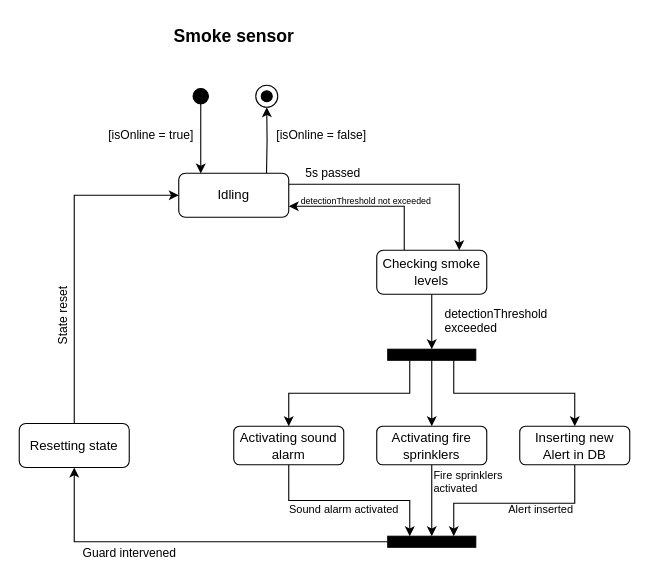
Before: State/state3.drawio in IsmailSalehCode/UML-course-work, a draw.io diagram. Source tidied: cells renumbered, new cells numbered last; positions are measured from the earlier drawing's top-left corner, leaving out a move shared by most shapes. Both pictures are drawn from the tidied source at 110%, with x=0, y=0 at pixel (19, 19).
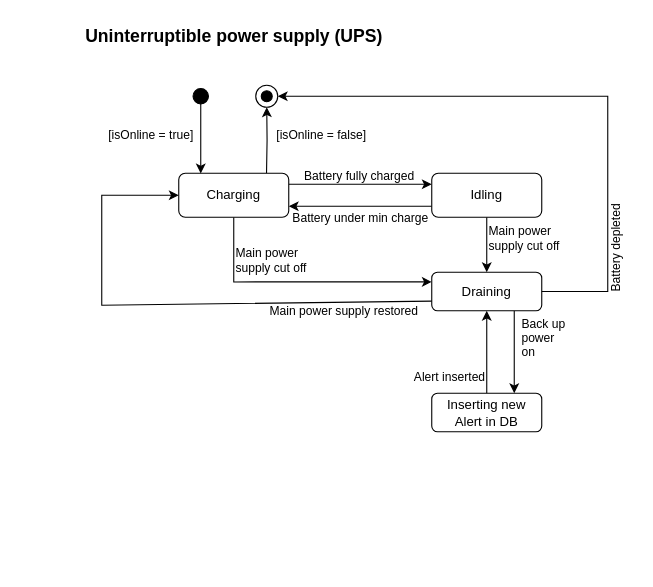
The same page after the edit.

The change refers to these unchanged cells:
```xml
<mxCell id="2" style="ellipse;whiteSpace=wrap;html=1;" parent="1" vertex="1">
  <mxGeometry x="215" y="60" width="20" height="20" as="geometry" />
</mxCell>
```

Change to the diagram source:
```diff
@@
-    <mxCell id="5" style="edgeStyle=orthogonalEdgeStyle;rounded=0;jettySize=auto;html=1;entryX=0.75;entryY=0;entryDx=0;entryDy=0;exitX=1;exitY=0.25;exitDx=0;exitDy=0;" parent="1" edge="1" source="6" target="19">
-      <mxGeometry relative="1" as="geometry" />
-    </mxCell>
+    <mxCell id="36" style="edgeStyle=orthogonalEdgeStyle;rounded=0;orthogonalLoop=1;jettySize=auto;html=1;entryX=0;entryY=0.5;entryDx=0;entryDy=0;" parent="1" edge="1">
+      <mxGeometry relative="1" as="geometry">
+        <mxPoint x="245" y="150" as="sourcePoint" />
+        <mxPoint x="375" y="150" as="targetPoint" />
+      </mxGeometry>
+    </mxCell>
+    <mxCell id="37" style="edgeStyle=orthogonalEdgeStyle;rounded=0;jettySize=auto;html=1;entryX=0;entryY=0.25;entryDx=0;entryDy=0;exitX=0.5;exitY=1;exitDx=0;exitDy=0;" parent="1" edge="1" source="6" target="29">
+      <mxGeometry relative="1" as="geometry">
+        <Array as="points">
+          <mxPoint x="195" y="239" />
+        </Array>
+      </mxGeometry>
+    </mxCell>
-    <mxCell id="6" value="Idling" style="rounded=1;whiteSpace=wrap;html=1;" parent="1" vertex="1">
+    <mxCell id="6" value="Charging" style="rounded=1;whiteSpace=wrap;html=1;" parent="1" vertex="1">
       <mxGeometry x="145" y="140" width="100" height="40" as="geometry" />
     </mxCell>
@@
-    <mxCell id="10" value="detectionThreshold&#10;exceeded" style="text;align=left;verticalAlign=bottom;strokeColor=none;fillColor=none;fontSize=11;" parent="1" vertex="1">
-      <mxGeometry x="385" y="250" width="120" height="40" as="geometry" />
-    </mxCell>
-    <mxCell id="11" style="edgeStyle=orthogonalEdgeStyle;rounded=0;jettySize=auto;html=1;exitX=0.5;exitY=1;exitDx=0;exitDy=0;entryX=0.25;entryY=0;entryDx=0;entryDy=0;" parent="1" edge="1" source="12" target="31">
-      <mxGeometry relative="1" as="geometry" />
-    </mxCell>
-    <mxCell id="12" value="Activating sound alarm" style="rounded=1;whiteSpace=wrap;html=1;" parent="1" vertex="1">
-      <mxGeometry x="195" y="370" width="100" height="35" as="geometry" />
-    </mxCell>
-    <mxCell id="13" value="&lt;div style=&quot;font-size: 10px;&quot;&gt;Fire sprinklers&lt;/div&gt;&lt;div style=&quot;font-size: 10px;&quot;&gt;activated&lt;/div&gt;" style="text;html=1;align=left;verticalAlign=middle;strokeColor=none;fillColor=none;fontSize=10;" parent="1" vertex="1">
-      <mxGeometry x="375" y="400" width="90" height="40" as="geometry" />
+    <mxCell id="13" value="&lt;div style=&quot;font-size: 11px;&quot;&gt;Back up&lt;/div&gt;&lt;div style=&quot;font-size: 11px;&quot;&gt;power&lt;/div&gt;&lt;div style=&quot;font-size: 11px;&quot;&gt;on&lt;/div&gt;" style="text;html=1;align=left;verticalAlign=middle;strokeColor=none;fillColor=none;fontSize=11;" parent="1" vertex="1">
+      <mxGeometry x="455" y="265" width="60" height="50" as="geometry" />
     </mxCell>
-    <mxCell id="14" value="Sound alarm activated" style="text;html=1;align=center;verticalAlign=middle;strokeColor=none;fillColor=none;fontSize=10;" parent="1" vertex="1">
-      <mxGeometry x="235" y="430" width="120" height="30" as="geometry" />
-    </mxCell>
-    <mxCell id="15" value="Smoke sensor" style="text;html=1;align=center;verticalAlign=middle;strokeColor=none;fillColor=none;fontStyle=1;fontSize=16;" parent="1" vertex="1">
-      <mxGeometry x="130" width="130" height="30" as="geometry" />
+    <mxCell id="15" value="Uninterruptible power supply (UPS)" style="text;html=1;align=center;verticalAlign=middle;strokeColor=none;fillColor=none;fontStyle=1;fontSize=16;" parent="1" vertex="1">
+      <mxGeometry x="60" width="270" height="30" as="geometry" />
     </mxCell>
-    <mxCell id="16" value="detectionThreshold not exceeded" style="text;html=1;align=center;verticalAlign=middle;strokeColor=none;fillColor=none;fontSize=8;" parent="1" vertex="1">
-      <mxGeometry x="245" y="155" width="140" height="20" as="geometry" />
-    </mxCell>
-    <mxCell id="17" style="edgeStyle=orthogonalEdgeStyle;rounded=0;jettySize=auto;html=1;exitX=0.25;exitY=0;exitDx=0;exitDy=0;entryX=1;entryY=0.75;entryDx=0;entryDy=0;" parent="1" edge="1" source="19" target="6">
-      <mxGeometry relative="1" as="geometry" />
-    </mxCell>
-    <mxCell id="18" style="edgeStyle=orthogonalEdgeStyle;rounded=0;jettySize=auto;html=1;exitX=0.5;exitY=1;exitDx=0;exitDy=0;entryX=0.5;entryY=0;entryDx=0;entryDy=0;" parent="1" edge="1" source="19" target="27">
-      <mxGeometry relative="1" as="geometry" />
-    </mxCell>
-    <mxCell id="19" value="Checking smoke levels" style="rounded=1;whiteSpace=wrap;html=1;" parent="1" vertex="1">
-      <mxGeometry x="325" y="210" width="100" height="40" as="geometry" />
-    </mxCell>
-    <mxCell id="20" value="5s passed" style="text;html=1;align=center;verticalAlign=middle;strokeColor=none;fillColor=none;fontSize=11;" parent="1" vertex="1">
-      <mxGeometry x="250" y="125" width="70" height="30" as="geometry" />
+    <mxCell id="20" value="Main power&amp;nbsp;&lt;div&gt;supply cut off&lt;/div&gt;" style="text;html=1;align=left;verticalAlign=top;strokeColor=none;fillColor=none;fontSize=11;" parent="1" vertex="1">
+      <mxGeometry x="425" y="180" width="90" height="40" as="geometry" />
     </mxCell>
-    <mxCell id="21" style="edgeStyle=orthogonalEdgeStyle;rounded=0;jettySize=auto;html=1;entryX=0.75;entryY=0;entryDx=0;entryDy=0;" parent="1" edge="1" source="22" target="31">
-      <mxGeometry relative="1" as="geometry">
-        <Array as="points">
-          <mxPoint x="505" y="440" />
-          <mxPoint x="395" y="440" />
-        </Array>
-      </mxGeometry>
-    </mxCell>
+    <mxCell id="38" style="edgeStyle=orthogonalEdgeStyle;rounded=0;jettySize=auto;html=1;exitX=0.5;exitY=0;exitDx=0;exitDy=0;entryX=0.5;entryY=1;entryDx=0;entryDy=0;" parent="1" edge="1" source="22" target="29">
+      <mxGeometry relative="1" as="geometry" />
+    </mxCell>
     <mxCell id="22" value="Inserting new Alert in DB" style="rounded=1;whiteSpace=wrap;html=1;" parent="1" vertex="1">
-      <mxGeometry x="455" y="370" width="100" height="35" as="geometry" />
+      <mxGeometry x="375" y="340" width="100" height="35" as="geometry" />
     </mxCell>
-    <mxCell id="23" value="Alert inserted" style="text;html=1;align=center;verticalAlign=middle;strokeColor=none;fillColor=none;fontSize=10;" parent="1" vertex="1">
-      <mxGeometry x="434" y="430" width="80" height="30" as="geometry" />
-    </mxCell>
-    <mxCell id="24" style="edgeStyle=orthogonalEdgeStyle;rounded=0;jettySize=auto;html=1;exitX=0.75;exitY=1;exitDx=0;exitDy=0;entryX=0.5;entryY=0;entryDx=0;entryDy=0;" parent="1" edge="1" source="27" target="22">
-      <mxGeometry relative="1" as="geometry" />
-    </mxCell>
-    <mxCell id="25" style="edgeStyle=orthogonalEdgeStyle;rounded=0;jettySize=auto;html=1;exitX=0.25;exitY=1;exitDx=0;exitDy=0;entryX=0.5;entryY=0;entryDx=0;entryDy=0;" parent="1" edge="1" source="27" target="12">
-      <mxGeometry relative="1" as="geometry" />
-    </mxCell>
-    <mxCell id="26" style="edgeStyle=orthogonalEdgeStyle;rounded=0;jettySize=auto;html=1;exitX=0.5;exitY=1;exitDx=0;exitDy=0;entryX=0.5;entryY=0;entryDx=0;entryDy=0;" parent="1" edge="1" source="27" target="29">
-      <mxGeometry relative="1" as="geometry" />
-    </mxCell>
-    <mxCell id="27" style="rounded=0;whiteSpace=wrap;html=1;labelBackgroundColor=none;fillStyle=solid;fillColor=#000000;" parent="1" vertex="1">
-      <mxGeometry x="335" y="300" width="80" height="10" as="geometry" />
-    </mxCell>
-    <mxCell id="28" style="edgeStyle=orthogonalEdgeStyle;rounded=0;jettySize=auto;html=1;exitX=0.5;exitY=1;exitDx=0;exitDy=0;entryX=0.5;entryY=0;entryDx=0;entryDy=0;" parent="1" edge="1" source="29" target="31">
-      <mxGeometry relative="1" as="geometry" />
-    </mxCell>
+    <mxCell id="39" style="edgeStyle=orthogonalEdgeStyle;rounded=0;jettySize=auto;html=1;exitX=0.75;exitY=1;exitDx=0;exitDy=0;entryX=0.75;entryY=0;entryDx=0;entryDy=0;" parent="1" edge="1" source="29" target="22">
+      <mxGeometry relative="1" as="geometry" />
+    </mxCell>
-    <mxCell id="29" value="Activating fire sprinklers" style="rounded=1;whiteSpace=wrap;html=1;" parent="1" vertex="1">
-      <mxGeometry x="325" y="370" width="100" height="35" as="geometry" />
+    <mxCell id="29" value="Draining" style="rounded=1;whiteSpace=wrap;html=1;" parent="1" vertex="1">
+      <mxGeometry x="375" y="230" width="100" height="35" as="geometry" />
     </mxCell>
-    <mxCell id="30" style="edgeStyle=orthogonalEdgeStyle;rounded=0;jettySize=auto;html=1;entryX=0.5;entryY=1;entryDx=0;entryDy=0;" parent="1" edge="1" source="31" target="33">
-      <mxGeometry relative="1" as="geometry" />
+    <mxCell id="30" style="rounded=0;jettySize=auto;html=1;entryX=0;entryY=0.5;entryDx=0;entryDy=0;exitX=0;exitY=0.75;exitDx=0;exitDy=0;" parent="1" edge="1" source="29" target="6">
+      <mxGeometry relative="1" as="geometry">
+        <Array as="points">
+          <mxPoint x="75" y="260" />
+          <mxPoint x="75" y="160" />
+        </Array>
+      </mxGeometry>
     </mxCell>
-    <mxCell id="31" style="rounded=0;whiteSpace=wrap;html=1;labelBackgroundColor=none;fillStyle=solid;fillColor=#000000;" parent="1" vertex="1">
-      <mxGeometry x="335" y="470" width="80" height="10" as="geometry" />
-    </mxCell>
-    <mxCell id="32" style="edgeStyle=orthogonalEdgeStyle;rounded=0;jettySize=auto;html=1;entryX=0;entryY=0.5;entryDx=0;entryDy=0;" parent="1" edge="1" source="33" target="6">
-      <mxGeometry relative="1" as="geometry">
-        <Array as="points">
-          <mxPoint x="50" y="160" />
-        </Array>
-      </mxGeometry>
-    </mxCell>
-    <mxCell id="33" value="Resetting state" style="rounded=1;whiteSpace=wrap;html=1;" parent="1" vertex="1">
-      <mxGeometry y="367.5" width="100" height="40" as="geometry" />
-    </mxCell>
-    <mxCell id="34" value="Guard intervened" style="text;html=1;align=center;verticalAlign=middle;strokeColor=none;fillColor=none;fontSize=11;" parent="1" vertex="1">
-      <mxGeometry x="45" y="470" width="110" height="30" as="geometry" />
+    <mxCell id="34" value="Main power supply restored" style="text;html=1;align=center;verticalAlign=middle;strokeColor=none;fillColor=none;fontSize=11;rotation=0;" parent="1" vertex="1">
+      <mxGeometry x="215" y="250" width="160" height="30" as="geometry" />
     </mxCell>
-    <mxCell id="35" value="State reset" style="text;html=1;align=center;verticalAlign=middle;strokeColor=none;fillColor=none;rotation=-90;fontSize=11;" parent="1" vertex="1">
-      <mxGeometry y="255" width="80" height="30" as="geometry" />
-    </mxCell>
+    <mxCell id="40" style="edgeStyle=orthogonalEdgeStyle;rounded=0;jettySize=auto;html=1;entryX=1;entryY=0.5;entryDx=0;entryDy=0;exitX=1;exitY=0.5;exitDx=0;exitDy=0;" parent="1" edge="1" source="29" target="2">
+      <mxGeometry relative="1" as="geometry">
+        <Array as="points">
+          <mxPoint x="535" y="248" />
+          <mxPoint x="535" y="70" />
+        </Array>
+      </mxGeometry>
+    </mxCell>
+    <mxCell id="23" value="Alert inserted" style="text;html=1;align=right;verticalAlign=middle;strokeColor=none;fillColor=none;fontSize=11;" parent="1" vertex="1">
+      <mxGeometry x="335" y="310" width="90" height="30" as="geometry" />
+    </mxCell>
+    <mxCell id="41" value="Battery depleted" style="text;html=1;align=left;verticalAlign=top;strokeColor=none;fillColor=none;rotation=-90;fontSize=11;" parent="1" vertex="1">
+      <mxGeometry x="495" y="185" width="100" height="30" as="geometry" />
+    </mxCell>
+    <mxCell id="42" style="edgeStyle=orthogonalEdgeStyle;rounded=0;jettySize=auto;html=1;entryX=0.5;entryY=0;entryDx=0;entryDy=0;" parent="1" edge="1" source="44" target="29">
+      <mxGeometry relative="1" as="geometry" />
+    </mxCell>
+    <mxCell id="43" style="edgeStyle=orthogonalEdgeStyle;rounded=0;jettySize=auto;html=1;exitX=0;exitY=0.75;exitDx=0;exitDy=0;entryX=1;entryY=0.75;entryDx=0;entryDy=0;" parent="1" edge="1" source="44" target="6">
+      <mxGeometry relative="1" as="geometry" />
+    </mxCell>
+    <mxCell id="44" value="Idling" style="rounded=1;whiteSpace=wrap;html=1;" parent="1" vertex="1">
+      <mxGeometry x="375" y="140" width="100" height="40" as="geometry" />
+    </mxCell>
+    <mxCell id="45" value="Battery fully charged" style="text;html=1;align=center;verticalAlign=top;strokeColor=none;fillColor=none;fontSize=11;" parent="1" vertex="1">
+      <mxGeometry x="248.5" y="130" width="120" height="30" as="geometry" />
+    </mxCell>
+    <mxCell id="46" value="Main power&amp;nbsp;&lt;div&gt;supply cut off&lt;/div&gt;" style="text;html=1;align=left;verticalAlign=top;strokeColor=none;fillColor=none;fontSize=11;" parent="1" vertex="1">
+      <mxGeometry x="195" y="200" width="90" height="40" as="geometry" />
+    </mxCell>
+    <mxCell id="47" value="Battery under min charge" style="text;html=1;align=center;verticalAlign=bottom;strokeColor=none;fillColor=none;fontSize=11;" parent="1" vertex="1">
+      <mxGeometry x="235" y="160" width="150" height="30" as="geometry" />
+    </mxCell>
```
